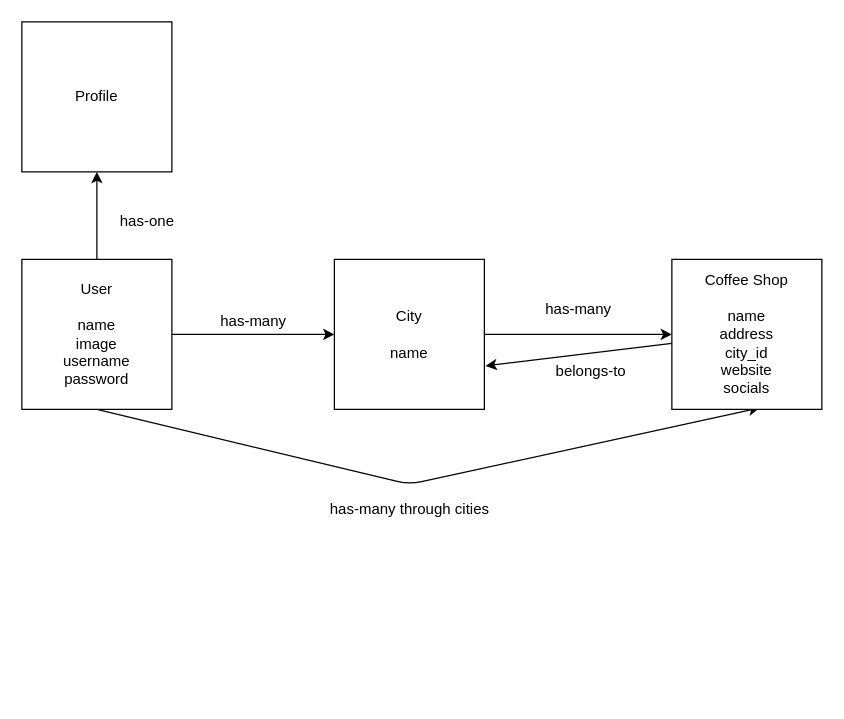
Above: client/src/Filter_backend.drawio in zachyoungdale/Filter-Phase-5-Capstone (draw.io), before the change. Source tidied: cells renumbered, new cells numbered last; positions are measured from the earlier drawing's top-left corner, leaving out a move shared by most shapes. Both pictures are drawn from the tidied source at 125%, with x=0, y=0 at pixel (21, 21).
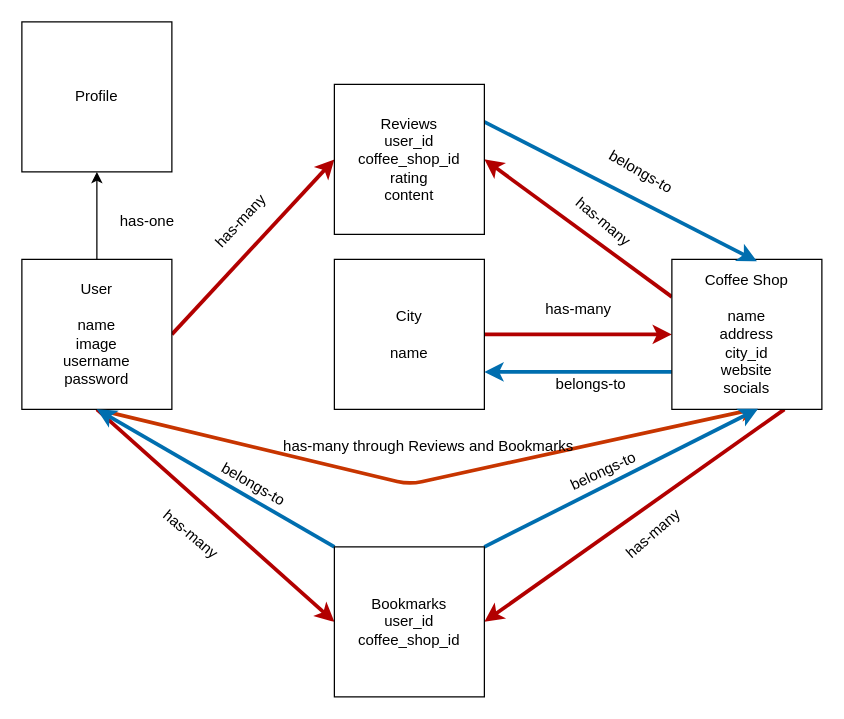
The same diagram, later.

The change refers to these unchanged cells:
```xml
<mxCell id="5" value="User&lt;br&gt;&lt;br&gt;name&lt;br&gt;image&lt;br&gt;username&lt;br&gt;password" style="whiteSpace=wrap;html=1;" parent="1" vertex="1">
  <mxGeometry y="190" width="120" height="120" as="geometry" />
</mxCell>
<mxCell id="7" value="City&lt;br&gt;&lt;br&gt;name" style="whiteSpace=wrap;html=1;" parent="1" vertex="1">
  <mxGeometry x="250" y="190" width="120" height="120" as="geometry" />
</mxCell>
<mxCell id="9" value="Coffee Shop&lt;br&gt;&lt;br&gt;name&lt;br&gt;address&lt;br&gt;city_id&lt;br&gt;website&lt;br&gt;socials" style="whiteSpace=wrap;html=1;" parent="1" vertex="1">
  <mxGeometry x="520" y="190" width="120" height="120" as="geometry" />
</mxCell>
```

The edit, as a diff of the source:
```diff
@@
-    <mxCell id="2" style="edgeStyle=none;html=1;exitX=1;exitY=0.5;exitDx=0;exitDy=0;entryX=0;entryY=0.5;entryDx=0;entryDy=0;" parent="1" edge="1" source="5" target="7">
-      <mxGeometry relative="1" as="geometry" />
-    </mxCell>
-    <mxCell id="3" style="edgeStyle=none;html=1;exitX=0.5;exitY=1;exitDx=0;exitDy=0;entryX=0.585;entryY=0.99;entryDx=0;entryDy=0;entryPerimeter=0;" parent="1" edge="1" source="5" target="9">
+    <mxCell id="3" style="edgeStyle=none;html=1;exitX=0.5;exitY=1;exitDx=0;exitDy=0;entryX=0.585;entryY=0.99;entryDx=0;entryDy=0;entryPerimeter=0;fillColor=#fa6800;strokeColor=#C73500;strokeWidth=3;" parent="1" edge="1" source="5" target="9">
       <mxGeometry relative="1" as="geometry">
         <Array as="points">
           <mxPoint x="310" y="370" />
         </Array>
       </mxGeometry>
     </mxCell>
@@
+    <mxCell id="16" style="edgeStyle=none;html=1;exitX=1;exitY=0.5;exitDx=0;exitDy=0;entryX=0;entryY=0.5;entryDx=0;entryDy=0;fillColor=#e51400;strokeColor=#B20000;strokeWidth=3;" parent="1" edge="1" source="5" target="21">
+      <mxGeometry relative="1" as="geometry" />
+    </mxCell>
+    <mxCell id="17" style="edgeStyle=none;html=1;exitX=0.5;exitY=1;exitDx=0;exitDy=0;entryX=0;entryY=0.5;entryDx=0;entryDy=0;fillColor=#e51400;strokeColor=#B20000;strokeWidth=3;" parent="1" edge="1" source="5" target="24">
+      <mxGeometry relative="1" as="geometry" />
+    </mxCell>
@@
-    <mxCell id="6" style="edgeStyle=none;html=1;exitX=1;exitY=0.5;exitDx=0;exitDy=0;entryX=0;entryY=0.5;entryDx=0;entryDy=0;" parent="1" edge="1" source="7" target="9">
+    <mxCell id="6" style="edgeStyle=none;html=1;exitX=1;exitY=0.5;exitDx=0;exitDy=0;entryX=0;entryY=0.5;entryDx=0;entryDy=0;fillColor=#e51400;strokeColor=#B20000;strokeWidth=3;" parent="1" edge="1" source="7" target="9">
       <mxGeometry relative="1" as="geometry" />
     </mxCell>
@@
-    <mxCell id="8" style="edgeStyle=none;html=1;entryX=1.008;entryY=0.71;entryDx=0;entryDy=0;entryPerimeter=0;" parent="1" edge="1" source="9" target="7">
+    <mxCell id="8" style="edgeStyle=none;html=1;entryX=1;entryY=0.75;entryDx=0;entryDy=0;fillColor=#1ba1e2;strokeColor=#006EAF;strokeWidth=3;exitX=0;exitY=0.75;exitDx=0;exitDy=0;" parent="1" edge="1" source="9" target="7">
       <mxGeometry relative="1" as="geometry" />
     </mxCell>
+    <mxCell id="18" style="edgeStyle=none;html=1;exitX=0;exitY=0.25;exitDx=0;exitDy=0;entryX=1;entryY=0.5;entryDx=0;entryDy=0;fillColor=#e51400;strokeColor=#B20000;strokeWidth=3;" parent="1" edge="1" source="9" target="21">
+      <mxGeometry relative="1" as="geometry" />
+    </mxCell>
+    <mxCell id="19" style="edgeStyle=none;html=1;exitX=0.75;exitY=1;exitDx=0;exitDy=0;entryX=1;entryY=0.5;entryDx=0;entryDy=0;fillColor=#e51400;strokeColor=#B20000;strokeWidth=3;" parent="1" edge="1" source="9" target="24">
+      <mxGeometry relative="1" as="geometry" />
+    </mxCell>
@@
-    <mxCell id="11" value="has-many" style="text;html=1;align=center;verticalAlign=middle;strokeColor=none;fillColor=none;" parent="1" vertex="1">
-      <mxGeometry x="150" y="230" width="70" height="20" as="geometry" />
-    </mxCell>
-    <mxCell id="12" value="has-many through cities" style="text;html=1;align=center;verticalAlign=middle;strokeColor=none;fillColor=none;" parent="1" vertex="1">
-      <mxGeometry x="240" y="380" width="140" height="20" as="geometry" />
+    <mxCell id="12" value="has-many through Reviews and Bookmarks" style="text;html=1;align=center;verticalAlign=middle;strokeColor=none;fillColor=none;" parent="1" vertex="1">
+      <mxGeometry x="200" y="330" width="250" height="20" as="geometry" />
     </mxCell>
@@
     <mxCell id="14" value="belongs-to" style="text;html=1;align=center;verticalAlign=middle;strokeColor=none;fillColor=none;" parent="1" vertex="1">
-      <mxGeometry x="420" y="270" width="70" height="20" as="geometry" />
+      <mxGeometry x="420" y="280" width="70" height="20" as="geometry" />
     </mxCell>
@@
+    <mxCell id="20" style="edgeStyle=none;html=1;exitX=1;exitY=0.25;exitDx=0;exitDy=0;entryX=0.567;entryY=0.013;entryDx=0;entryDy=0;entryPerimeter=0;fillColor=#1ba1e2;strokeColor=#006EAF;strokeWidth=3;" parent="1" edge="1" source="21" target="9">
+      <mxGeometry relative="1" as="geometry" />
+    </mxCell>
+    <mxCell id="21" value="Reviews&lt;br&gt;user_id&lt;br&gt;coffee_shop_id&lt;br&gt;rating&lt;br&gt;content" style="whiteSpace=wrap;html=1;" parent="1" vertex="1">
+      <mxGeometry x="250" y="50" width="120" height="120" as="geometry" />
+    </mxCell>
+    <mxCell id="22" style="edgeStyle=none;html=1;exitX=1;exitY=0;exitDx=0;exitDy=0;entryX=0.575;entryY=0.996;entryDx=0;entryDy=0;entryPerimeter=0;fillColor=#1ba1e2;strokeColor=#006EAF;strokeWidth=3;" parent="1" edge="1" source="24" target="9">
+      <mxGeometry relative="1" as="geometry" />
+    </mxCell>
+    <mxCell id="23" style="edgeStyle=none;html=1;exitX=0;exitY=0;exitDx=0;exitDy=0;entryX=0.5;entryY=1;entryDx=0;entryDy=0;fillColor=#1ba1e2;strokeColor=#006EAF;strokeWidth=3;" parent="1" edge="1" source="24" target="5">
+      <mxGeometry relative="1" as="geometry" />
+    </mxCell>
+    <mxCell id="24" value="Bookmarks&lt;br&gt;user_id&lt;br&gt;coffee_shop_id" style="whiteSpace=wrap;html=1;" parent="1" vertex="1">
+      <mxGeometry x="250" y="420" width="120" height="120" as="geometry" />
+    </mxCell>
+    <mxCell id="25" value="has-many" style="text;html=1;align=center;verticalAlign=middle;strokeColor=none;fillColor=none;rotation=-47;" parent="1" vertex="1">
+      <mxGeometry x="140" y="150" width="70" height="20" as="geometry" />
+    </mxCell>
+    <mxCell id="26" value="has-many" style="text;html=1;align=center;verticalAlign=middle;strokeColor=none;fillColor=none;rotation=40;" parent="1" vertex="1">
+      <mxGeometry x="100" y="400" width="70" height="20" as="geometry" />
+    </mxCell>
+    <mxCell id="27" value="has-many" style="text;html=1;align=center;verticalAlign=middle;strokeColor=none;fillColor=none;rotation=-41;" parent="1" vertex="1">
+      <mxGeometry x="470" y="400" width="70" height="20" as="geometry" />
+    </mxCell>
+    <mxCell id="28" value="has-many" style="text;html=1;align=center;verticalAlign=middle;strokeColor=none;fillColor=none;rotation=40;" parent="1" vertex="1">
+      <mxGeometry x="430" y="150" width="70" height="20" as="geometry" />
+    </mxCell>
+    <mxCell id="29" value="belongs-to" style="text;html=1;align=center;verticalAlign=middle;strokeColor=none;fillColor=none;rotation=30;" parent="1" vertex="1">
+      <mxGeometry x="460" y="110" width="70" height="20" as="geometry" />
+    </mxCell>
+    <mxCell id="30" value="belongs-to" style="text;html=1;align=center;verticalAlign=middle;strokeColor=none;fillColor=none;rotation=-25;" parent="1" vertex="1">
+      <mxGeometry x="430" y="350" width="70" height="20" as="geometry" />
+    </mxCell>
+    <mxCell id="31" value="belongs-to" style="text;html=1;align=center;verticalAlign=middle;strokeColor=none;fillColor=none;rotation=30;" parent="1" vertex="1">
+      <mxGeometry x="150" y="360" width="70" height="20" as="geometry" />
+    </mxCell>
```
